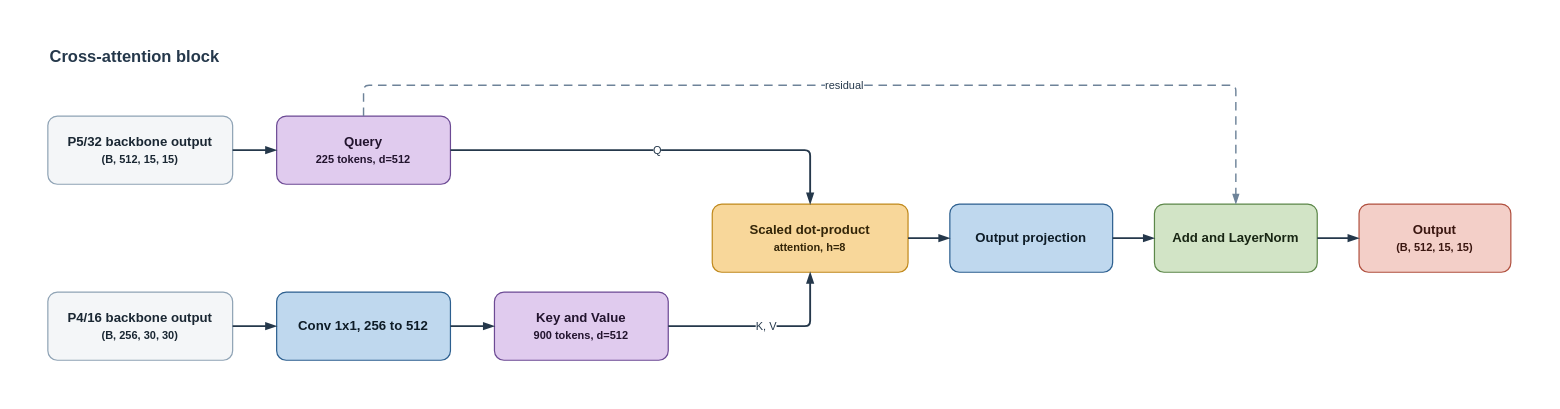
SaiSanthosh1508/End-to-End-Text-Translation-Pipeline keeps this draw.io diagram as ablation/figures/cross-attention.drawio. Above is the earlier version. Source tidied: cells renumbered, new cells numbered last; positions are measured from the earlier drawing's top-left corner, leaving out a move shared by most shapes. Both pictures are drawn from the tidied source at 110%, with x=0, y=0 at pixel (47, 41).
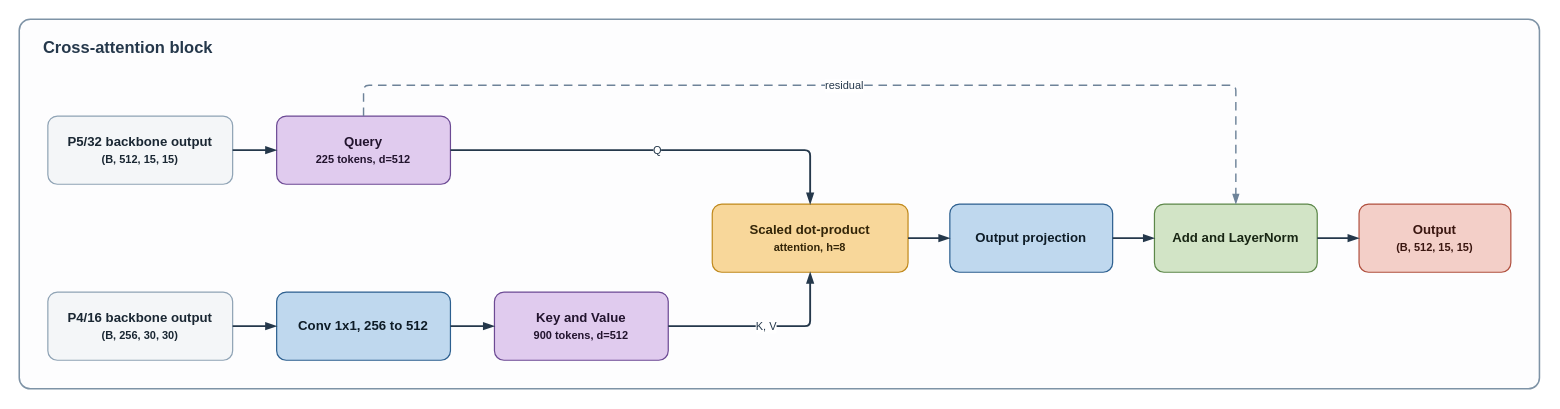
After the change.

What changed in the source:
```diff
@@
+    <mxCell id="21" style="rounded=1;arcSize=3;whiteSpace=wrap;html=1;fillColor=#FDFDFE;strokeColor=#7E93A6;strokeWidth=1.4;" parent="1" vertex="1">
+      <mxGeometry x="-26" y="-20" width="1382" height="336" as="geometry" />
+    </mxCell>
     <mxCell id="2" value="Cross-attention block" style="text;html=1;align=left;verticalAlign=middle;fontSize=15;fontFamily=Helvetica;fontStyle=1;fontColor=#25384B;" parent="1" vertex="1">
-      <mxGeometry width="600" height="26" as="geometry" />
+      <mxGeometry x="-6" y="-8" width="600" height="26" as="geometry" />
     </mxCell>
```
